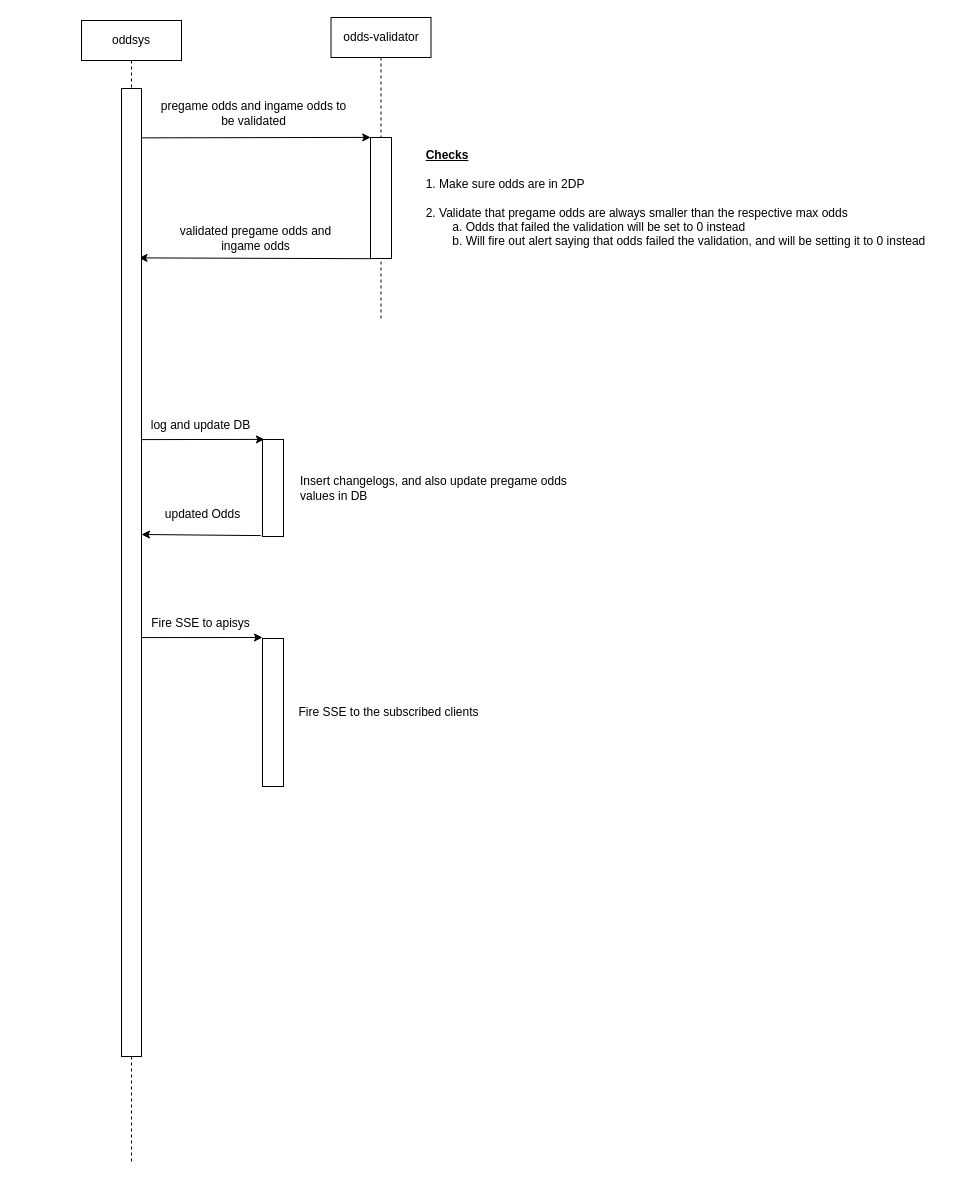
The draw.io diagram page "Page-2" (2 of 2) of odds-sys-class-diagram.drawio in rickyaandrew-gocode/drawio-diagrams, before the edit. Source tidied: cells renumbered, new cells numbered last; positions are measured from the earlier drawing's top-left corner, leaving out a move shared by most shapes. Both pictures are drawn from the tidied source at 100%, with x=0, y=0 at pixel (81, 17).
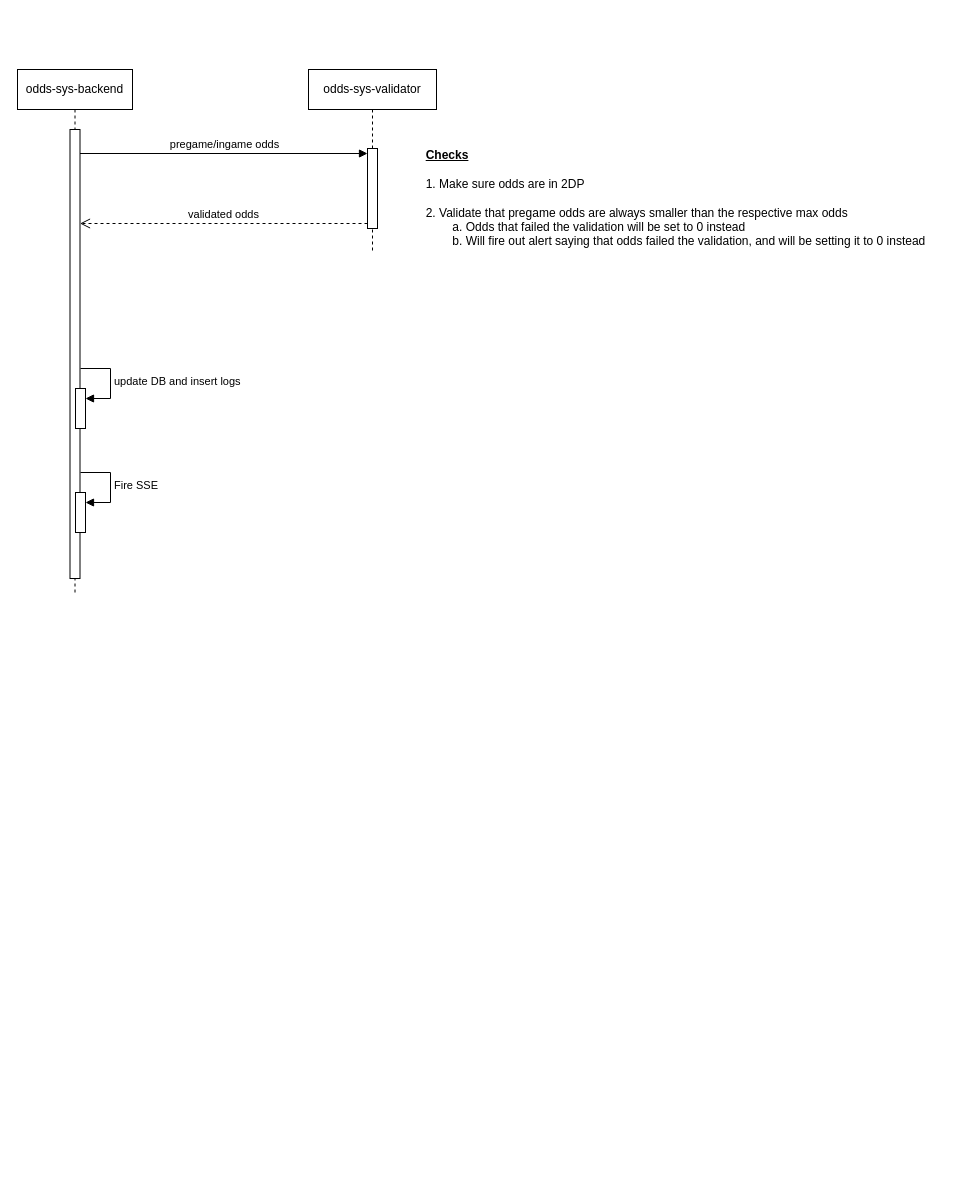
The same page after the edit.

Change to the diagram source:
```diff
@@
-    <mxCell id="2" value="odds-validator" style="shape=umlLifeline;perimeter=lifelinePerimeter;whiteSpace=wrap;html=1;newEdgeStyle={&quot;curved&quot;:0,&quot;rounded&quot;:0};" parent="1" vertex="1">
-      <mxGeometry x="249.5" width="100" height="303" as="geometry" />
-    </mxCell>
-    <mxCell id="3" style="rounded=0;whiteSpace=wrap;html=1;" parent="1" vertex="1">
-      <mxGeometry x="181" y="621" width="21" height="148" as="geometry" />
-    </mxCell>
-    <mxCell id="4" style="endArrow=classic;html=1;rounded=0;exitX=0.979;exitY=0.051;exitDx=0;exitDy=0;exitPerimeter=0;entryX=0.011;entryY=0.169;entryDx=0;entryDy=0;entryPerimeter=0;" parent="1" edge="1" source="16">
-      <mxGeometry relative="1" as="geometry">
-        <mxPoint x="289.2" y="119.9" as="targetPoint" />
-      </mxGeometry>
-    </mxCell>
-    <mxCell id="5" style="endArrow=classic;html=1;rounded=0;entryX=0.876;entryY=0.175;entryDx=0;entryDy=0;entryPerimeter=0;exitX=0.011;exitY=0.588;exitDx=0;exitDy=0;exitPerimeter=0;" parent="1" edge="1" target="16">
-      <mxGeometry relative="1" as="geometry">
-        <mxPoint x="289.2" y="241.2" as="sourcePoint" />
-      </mxGeometry>
-    </mxCell>
-    <mxCell id="6" value="pregame odds and ingame odds to be validated" style="text;html=1;align=center;verticalAlign=middle;whiteSpace=wrap;rounded=0;" parent="1" vertex="1">
-      <mxGeometry x="76" y="81" width="193" height="30" as="geometry" />
-    </mxCell>
-    <mxCell id="7" value="validated pregame odds and ingame odds" style="text;html=1;align=center;verticalAlign=middle;whiteSpace=wrap;rounded=0;" parent="1" vertex="1">
-      <mxGeometry x="78" y="206" width="193" height="30" as="geometry" />
-    </mxCell>
-    <mxCell id="8" style="endArrow=classic;html=1;rounded=0;exitX=1.186;exitY=0.364;exitDx=0;exitDy=0;exitPerimeter=0;entryX=0.09;entryY=0.155;entryDx=0;entryDy=0;entryPerimeter=0;" parent="1" edge="1">
-      <mxGeometry relative="1" as="geometry">
-        <mxPoint x="60" y="422.1" as="sourcePoint" />
-        <mxPoint x="182.9" y="421.9" as="targetPoint" />
-      </mxGeometry>
-    </mxCell>
-    <mxCell id="9" style="endArrow=classic;html=1;rounded=0;entryX=0.91;entryY=0.427;entryDx=0;entryDy=0;entryPerimeter=0;exitX=0.025;exitY=0.584;exitDx=0;exitDy=0;exitPerimeter=0;" parent="1" edge="1">
-      <mxGeometry relative="1" as="geometry">
-        <mxPoint x="179.3" y="518.1" as="sourcePoint" />
-        <mxPoint x="60" y="517" as="targetPoint" />
-      </mxGeometry>
-    </mxCell>
-    <mxCell id="10" style="endArrow=classic;html=1;rounded=0;exitX=1.186;exitY=0.364;exitDx=0;exitDy=0;exitPerimeter=0;entryX=0.09;entryY=0.155;entryDx=0;entryDy=0;entryPerimeter=0;" parent="1" edge="1">
-      <mxGeometry relative="1" as="geometry">
-        <mxPoint x="58" y="620.1" as="sourcePoint" />
-        <mxPoint x="181" y="620" as="targetPoint" />
-      </mxGeometry>
-    </mxCell>
-    <mxCell id="11" value="log and update DB" style="text;html=1;align=center;verticalAlign=middle;whiteSpace=wrap;rounded=0;" parent="1" vertex="1">
-      <mxGeometry x="60" y="393" width="119" height="30" as="geometry" />
-    </mxCell>
-    <mxCell id="12" value="updated Odds" style="text;html=1;align=center;verticalAlign=middle;whiteSpace=wrap;rounded=0;" parent="1" vertex="1">
-      <mxGeometry x="62" y="482" width="119" height="30" as="geometry" />
-    </mxCell>
-    <mxCell id="13" value="Fire SSE to apisys" style="text;html=1;align=center;verticalAlign=middle;whiteSpace=wrap;rounded=0;" parent="1" vertex="1">
-      <mxGeometry x="60" y="591" width="119" height="30" as="geometry" />
-    </mxCell>
@@
-    <mxCell id="15" value="oddsys" style="shape=umlLifeline;perimeter=lifelinePerimeter;whiteSpace=wrap;html=1;newEdgeStyle={&quot;curved&quot;:0,&quot;rounded&quot;:0};" parent="1" vertex="1">
-      <mxGeometry y="3" width="100" height="1143" as="geometry" />
-    </mxCell>
-    <mxCell id="16" style="rounded=0;whiteSpace=wrap;html=1;" parent="1" vertex="1">
-      <mxGeometry x="40" y="71" width="20" height="968" as="geometry" />
-    </mxCell>
-    <mxCell id="17" style="rounded=0;whiteSpace=wrap;html=1;" parent="1" vertex="1">
-      <mxGeometry x="289" y="120" width="21" height="121" as="geometry" />
-    </mxCell>
-    <mxCell id="18" style="rounded=0;whiteSpace=wrap;html=1;" parent="1" vertex="1">
-      <mxGeometry x="181" y="422" width="21" height="97" as="geometry" />
-    </mxCell>
-    <mxCell id="19" value="&lt;div style=&quot;text-align: left;&quot;&gt;Insert changelogs, and also update pregame odds values in DB&lt;/div&gt;" style="text;html=1;align=center;verticalAlign=middle;whiteSpace=wrap;rounded=0;" parent="1" vertex="1">
-      <mxGeometry x="218" y="418.5" width="289" height="104" as="geometry" />
-    </mxCell>
-    <mxCell id="20" value="&lt;div style=&quot;text-align: left;&quot;&gt;Fire SSE to the subscribed clients&lt;/div&gt;" style="text;html=1;align=center;verticalAlign=middle;whiteSpace=wrap;rounded=0;" parent="1" vertex="1">
-      <mxGeometry x="211" y="671.5" width="193" height="47" as="geometry" />
-    </mxCell>
+    <mxCell id="21" value="odds-sys-backend" style="shape=umlLifeline;perimeter=lifelinePerimeter;whiteSpace=wrap;html=1;newEdgeStyle={&quot;curved&quot;:0,&quot;rounded&quot;:0};" parent="1" vertex="1">
+      <mxGeometry x="-64" y="52" width="115" height="526" as="geometry" />
+    </mxCell>
+    <mxCell id="22" style="html=1;points=[[0,0,0,0,5],[0,1,0,0,-5],[1,0,0,0,5],[1,1,0,0,-5]];perimeter=orthogonalPerimeter;outlineConnect=0;targetShapes=umlLifeline;portConstraint=eastwest;newEdgeStyle={&quot;curved&quot;:0,&quot;rounded&quot;:0};" parent="21" vertex="1">
+      <mxGeometry x="52.5" y="60" width="10" height="449" as="geometry" />
+    </mxCell>
+    <mxCell id="23" style="html=1;points=[[0,0,0,0,5],[0,1,0,0,-5],[1,0,0,0,5],[1,1,0,0,-5]];perimeter=orthogonalPerimeter;outlineConnect=0;targetShapes=umlLifeline;portConstraint=eastwest;newEdgeStyle={&quot;curved&quot;:0,&quot;rounded&quot;:0};" parent="21" vertex="1">
+      <mxGeometry x="58" y="319" width="10" height="40" as="geometry" />
+    </mxCell>
+    <mxCell id="24" value="update DB and insert logs" style="html=1;align=left;spacingLeft=2;endArrow=block;rounded=0;edgeStyle=orthogonalEdgeStyle;curved=0;rounded=0;" parent="21" edge="1" target="23">
+      <mxGeometry relative="1" as="geometry">
+        <mxPoint x="63" y="299" as="sourcePoint" />
+        <Array as="points">
+          <mxPoint x="93" y="329" />
+        </Array>
+      </mxGeometry>
+    </mxCell>
+    <mxCell id="25" style="html=1;points=[[0,0,0,0,5],[0,1,0,0,-5],[1,0,0,0,5],[1,1,0,0,-5]];perimeter=orthogonalPerimeter;outlineConnect=0;targetShapes=umlLifeline;portConstraint=eastwest;newEdgeStyle={&quot;curved&quot;:0,&quot;rounded&quot;:0};" parent="21" vertex="1">
+      <mxGeometry x="58" y="423" width="10" height="40" as="geometry" />
+    </mxCell>
+    <mxCell id="26" value="Fire SSE" style="html=1;align=left;spacingLeft=2;endArrow=block;rounded=0;edgeStyle=orthogonalEdgeStyle;curved=0;rounded=0;" parent="21" edge="1" target="25">
+      <mxGeometry relative="1" as="geometry">
+        <mxPoint x="63" y="403" as="sourcePoint" />
+        <Array as="points">
+          <mxPoint x="93" y="433" />
+        </Array>
+      </mxGeometry>
+    </mxCell>
+    <mxCell id="27" value="odds-sys-validator" style="shape=umlLifeline;perimeter=lifelinePerimeter;whiteSpace=wrap;html=1;newEdgeStyle={&quot;curved&quot;:0,&quot;rounded&quot;:0};" parent="1" vertex="1">
+      <mxGeometry x="227" y="52" width="128" height="184" as="geometry" />
+    </mxCell>
+    <mxCell id="28" style="html=1;points=[[0,0,0,0,5],[0,1,0,0,-5],[1,0,0,0,5],[1,1,0,0,-5]];perimeter=orthogonalPerimeter;outlineConnect=0;targetShapes=umlLifeline;portConstraint=eastwest;newEdgeStyle={&quot;curved&quot;:0,&quot;rounded&quot;:0};" parent="27" vertex="1">
+      <mxGeometry x="59" y="79" width="10" height="80" as="geometry" />
+    </mxCell>
+    <mxCell id="29" value="pregame/ingame odds" style="html=1;verticalAlign=bottom;endArrow=block;curved=0;rounded=0;entryX=0;entryY=0;entryDx=0;entryDy=5;" parent="1" edge="1" source="22" target="28">
+      <mxGeometry relative="1" as="geometry" />
+    </mxCell>
+    <mxCell id="30" value="validated odds" style="html=1;verticalAlign=bottom;endArrow=open;dashed=1;endSize=8;curved=0;rounded=0;exitX=0;exitY=1;exitDx=0;exitDy=-5;" parent="1" edge="1" source="28" target="22">
+      <mxGeometry relative="1" as="geometry" />
+    </mxCell>
```
